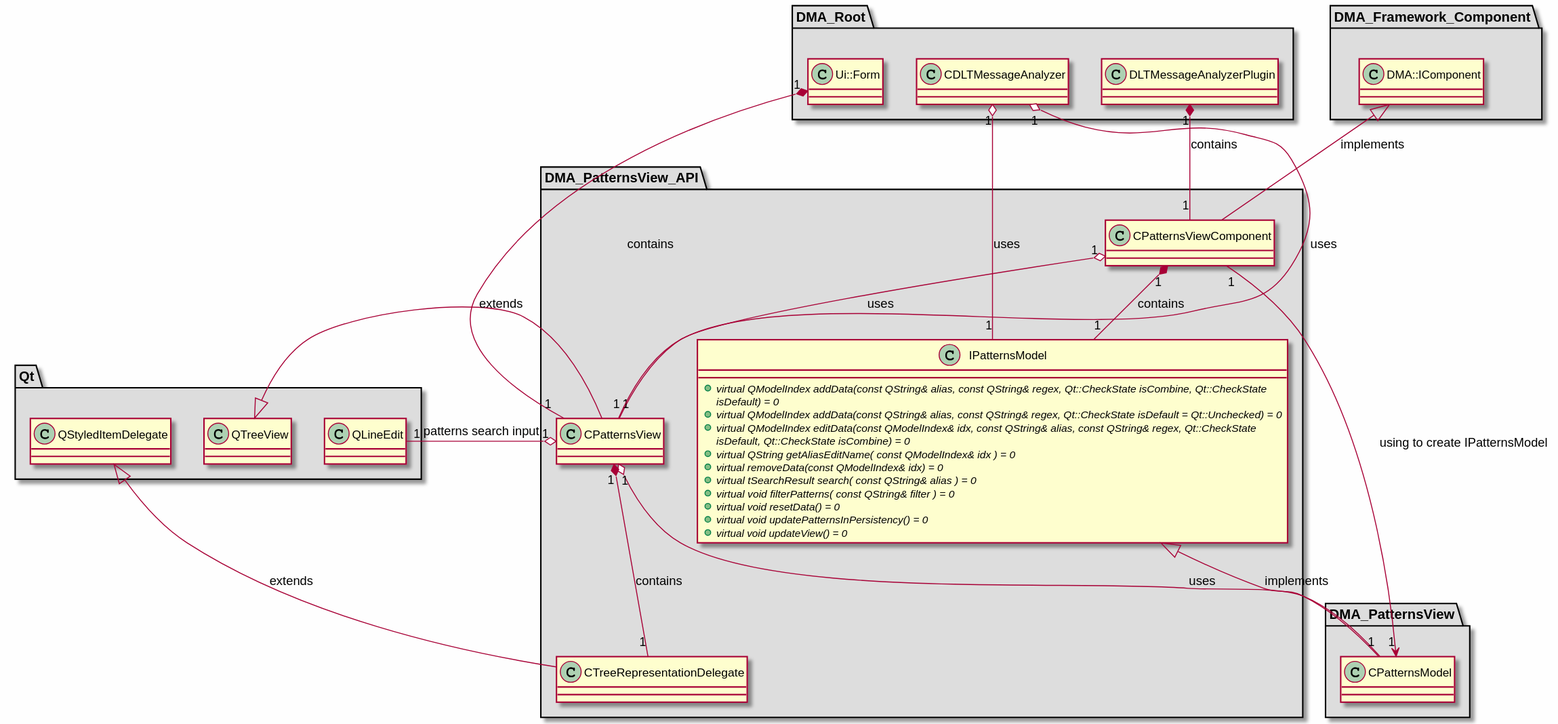
The PlantUML diagram md/dev_docs/puml/DMA_PatternsView_API.svg in svlad-90/DLT-Message-Analyzer, before a commit.
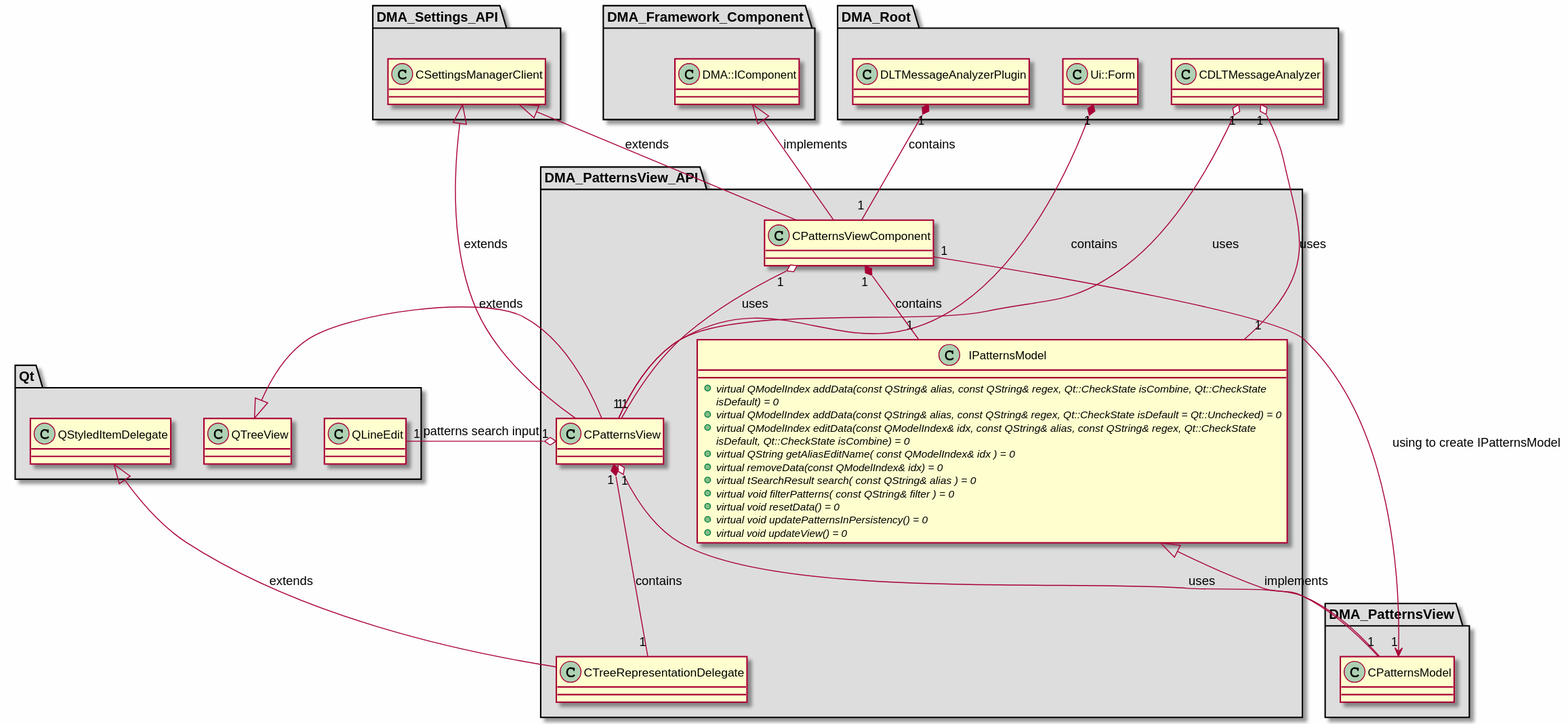
After the change.

Diff of the diagram source:
```diff
@@ -68,6 +68,15 @@
 
 }
 
+package "DMA_Settings_API" #DDDDDD
+{
+
+class "CSettingsManagerClient"
+{
+}
+
+}
+
 package "Qt" #DDDDDD
 {
 
@@ -86,7 +95,9 @@
 }
 
 IPatternsModel <|-- CPatternsModel : implements
+CSettingsManagerClient <|-- CPatternsView : extends
 QTreeView <|-- CPatternsView : extends
+CSettingsManagerClient <|-- CPatternsViewComponent : extends
 DMA::IComponent <|-- CPatternsViewComponent : implements
 QStyledItemDelegate <|-- CTreeRepresentationDelegate : extends
 
```
